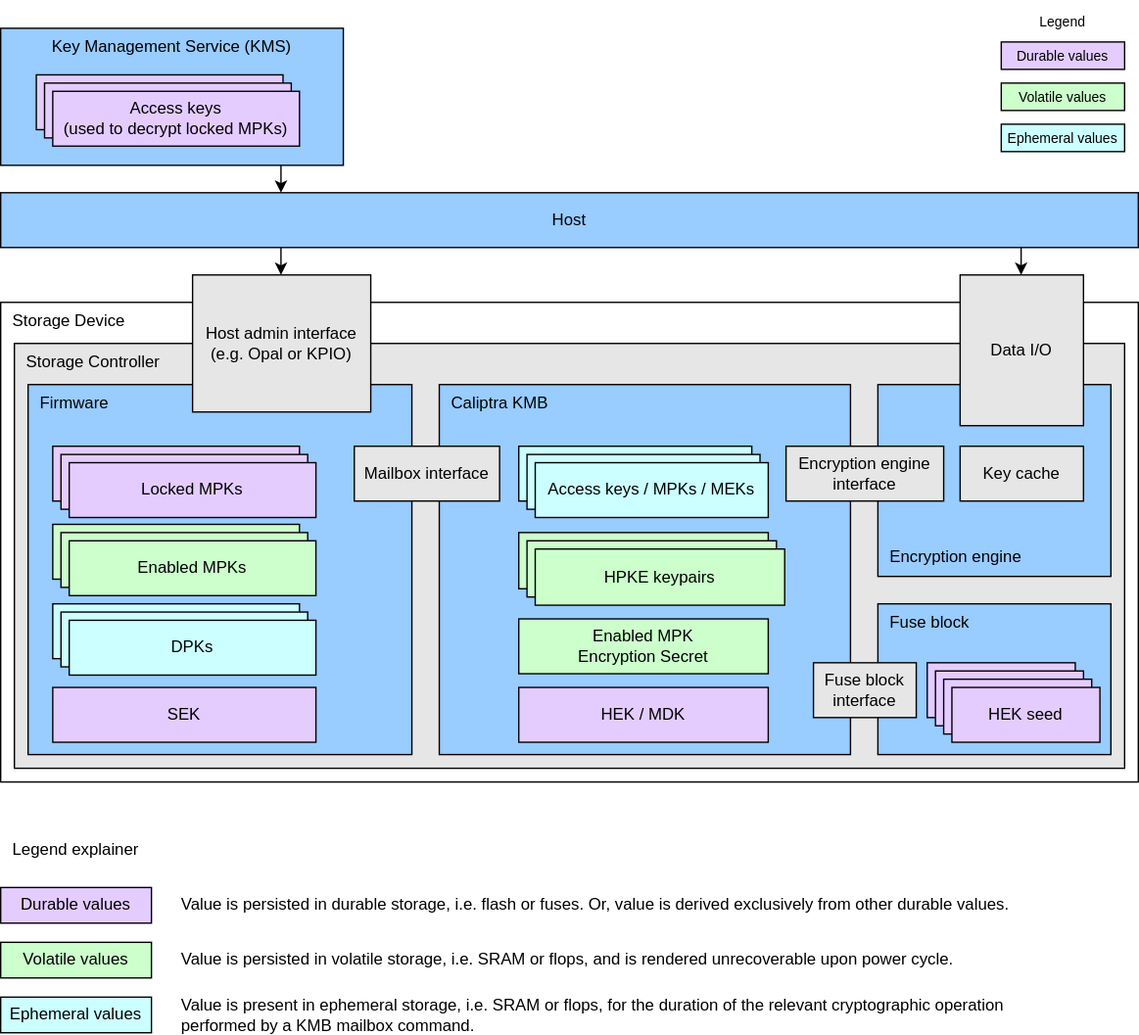
Earlier version of the draw.io export doc/ocp_lock/diagrams/architecture_diagram.drawio.svg (chipsalliance/Caliptra). Source tidied: cells renumbered, new cells last; positions are measured from the earlier drawing's top-left corner, leaving out a move shared by most shapes.
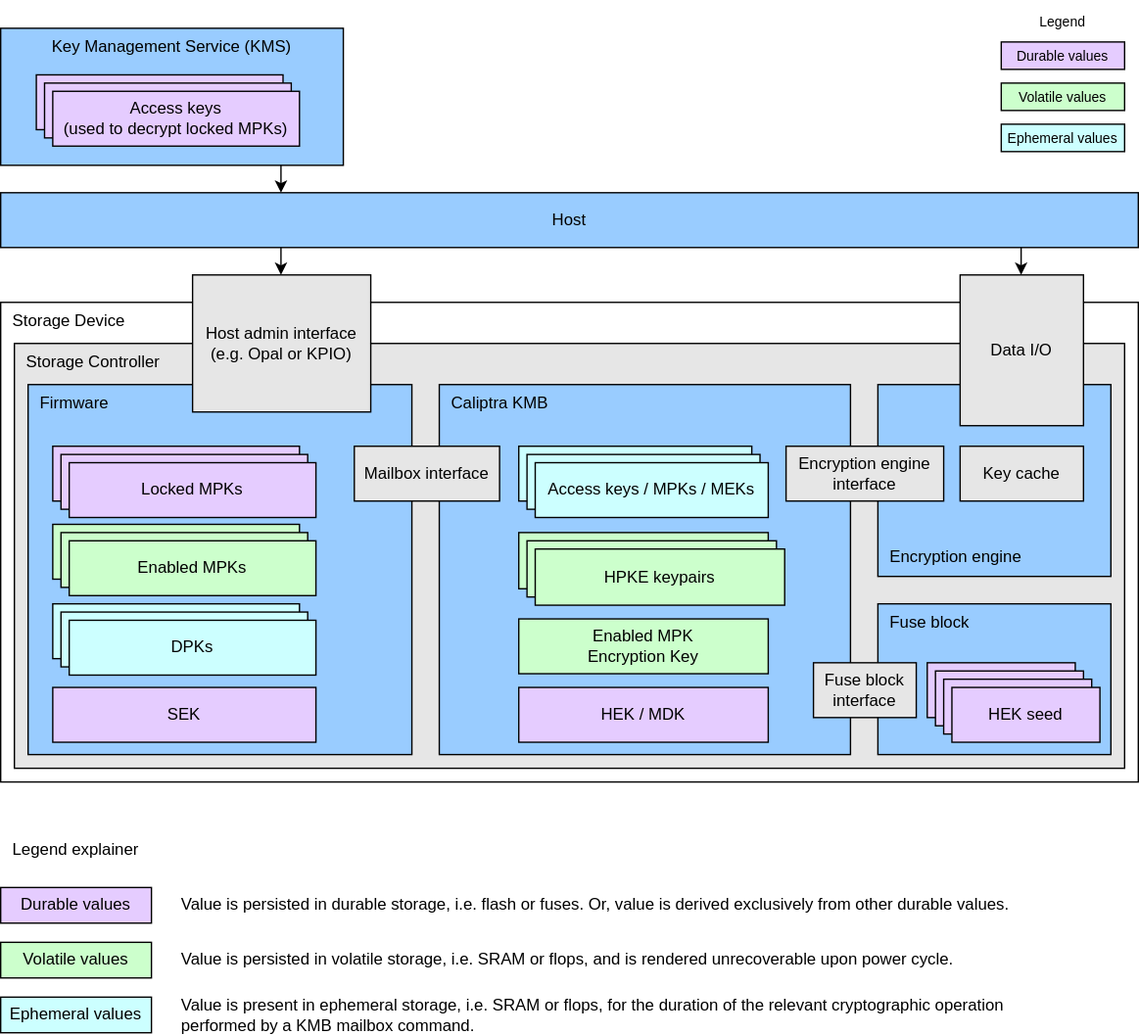
The same file after the commit.

The edit, as a diff of the source:
```diff
@@ -59,7 +59,7 @@
     <mxCell id="20" value="Enabled MPKs" style="rounded=0;whiteSpace=wrap;html=1;align=center;verticalAlign=middle;shadow=0;glass=0;spacingLeft=0;spacingBottom=0;spacingTop=0;fillColor=#CCFFCC;" parent="1" vertex="1">
       <mxGeometry x="50" y="394" width="180" height="40" as="geometry" />
     </mxCell>
-    <mxCell id="21" value="Enabled MPK&lt;div&gt;Encryption Secret&lt;/div&gt;" style="rounded=0;whiteSpace=wrap;html=1;align=center;verticalAlign=middle;shadow=0;glass=0;spacingLeft=0;spacingBottom=0;spacingTop=0;fillColor=#CCFFCC;" parent="1" vertex="1">
+    <mxCell id="21" value="Enabled MPK&lt;div&gt;Encryption Key&lt;/div&gt;" style="rounded=0;whiteSpace=wrap;html=1;align=center;verticalAlign=middle;shadow=0;glass=0;spacingLeft=0;spacingBottom=0;spacingTop=0;fillColor=#CCFFCC;" parent="1" vertex="1">
       <mxGeometry x="378" y="451" width="182" height="40" as="geometry" />
     </mxCell>
     <mxCell id="22" style="endArrow=classic;html=1;" parent="1" edge="1">
```
